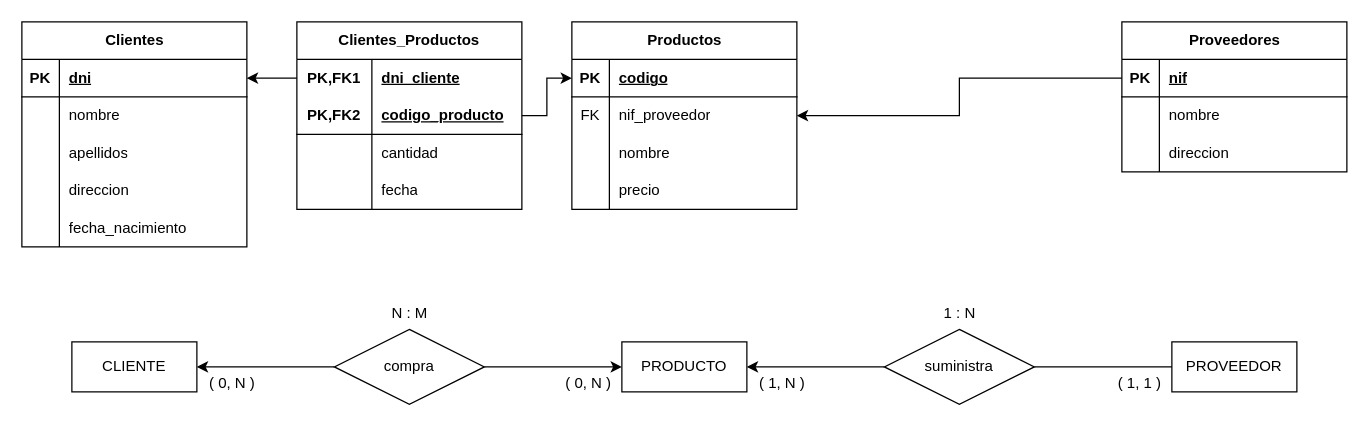
Earlier version of the draw.io diagram CFGS/DAW/BAE/T1_Supermercado/supermercado.drawio (FJrodafo/University). Source tidied: cells renumbered, new cells numbered last; positions are measured from the earlier drawing's top-left corner, leaving out a move shared by most shapes. Both pictures are drawn from the tidied source at 125%, with x=0, y=0 at pixel (21, 21).
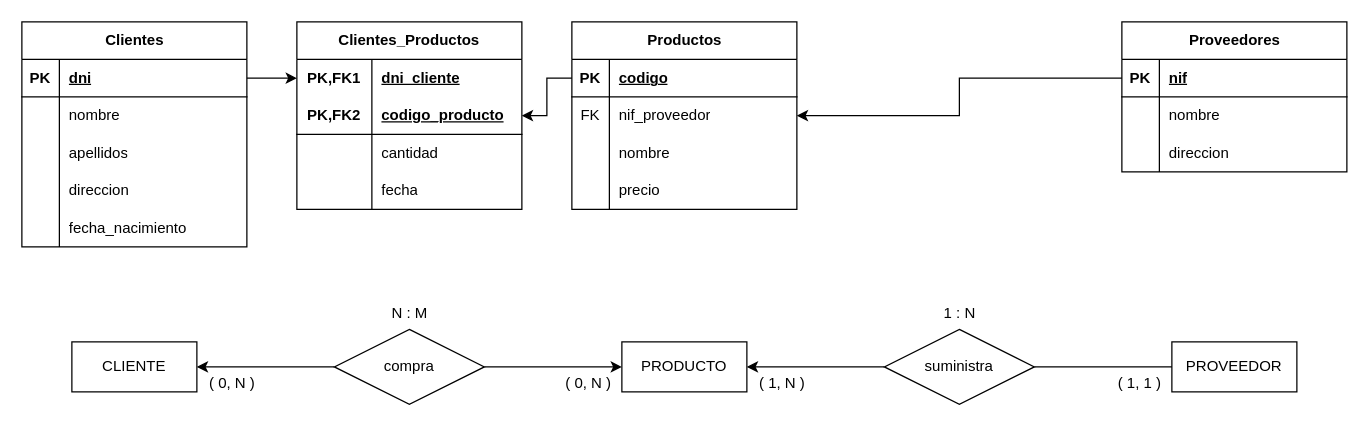
Above is the later version.

The change refers to these unchanged cells:
```xml
<mxCell id="2" value="Clientes" style="shape=table;startSize=30;childLayout=tableLayout;rowLines=0;fontStyle=1;align=center;html=1;" parent="1" vertex="1">
  <mxGeometry width="180" height="180" as="geometry" />
</mxCell>
<mxCell id="3" style="shape=tableRow;horizontal=0;startSize=0;swimlaneHead=0;swimlaneBody=0;fillColor=none;points=[[0,0.5],[1,0.5]];portConstraint=eastwest;top=0;left=0;right=0;bottom=1;" parent="2" vertex="1">
  <mxGeometry y="30" width="180" height="30" as="geometry" />
</mxCell>
<mxCell id="19" style="shape=tableRow;horizontal=0;startSize=0;swimlaneHead=0;swimlaneBody=0;fillColor=none;points=[[0,0.5],[1,0.5]];portConstraint=eastwest;top=0;left=0;right=0;bottom=1;" parent="18" vertex="1">
  <mxGeometry y="30" width="180" height="30" as="geometry" />
</mxCell>
<mxCell id="41" style="shape=tableRow;horizontal=0;startSize=0;swimlaneHead=0;swimlaneBody=0;fillColor=none;points=[[0,0.5],[1,0.5]];portConstraint=eastwest;top=0;left=0;right=0;bottom=0;html=1;" parent="40" vertex="1">
  <mxGeometry y="30" width="180" height="30" as="geometry" />
</mxCell>
<mxCell id="44" style="shape=tableRow;horizontal=0;startSize=0;swimlaneHead=0;swimlaneBody=0;fillColor=none;points=[[0,0.5],[1,0.5]];portConstraint=eastwest;top=0;left=0;right=0;bottom=1;html=1;" parent="40" vertex="1">
  <mxGeometry y="60" width="180" height="30" as="geometry" />
</mxCell>
```

Change to the diagram source:
```diff
@@
-    <mxCell id="69" style="endArrow=classic;html=1;rounded=0;entryX=1;entryY=0.25;entryDx=0;entryDy=0;exitX=0;exitY=0.5;exitDx=0;exitDy=0;" parent="1" edge="1" source="41" target="2">
-      <mxGeometry relative="1" as="geometry" />
-    </mxCell>
-    <mxCell id="70" style="endArrow=classic;html=1;rounded=0;exitX=1;exitY=0.5;exitDx=0;exitDy=0;entryX=0;entryY=0.5;entryDx=0;entryDy=0;" parent="1" edge="1" source="44" target="19">
-      <mxGeometry relative="1" as="geometry">
-        <Array as="points">
-          <mxPoint x="420" y="75" />
-          <mxPoint x="420" y="45" />
-        </Array>
-      </mxGeometry>
-    </mxCell>
@@
+    <mxCell id="72" style="endArrow=classic;html=1;rounded=0;exitX=1;exitY=0.5;exitDx=0;exitDy=0;entryX=0;entryY=0.5;entryDx=0;entryDy=0;" parent="1" edge="1" source="3" target="41">
+      <mxGeometry relative="1" as="geometry" />
+    </mxCell>
+    <mxCell id="73" style="endArrow=classic;html=1;rounded=0;exitX=0;exitY=0.5;exitDx=0;exitDy=0;entryX=1;entryY=0.5;entryDx=0;entryDy=0;" parent="1" edge="1" source="19" target="44">
+      <mxGeometry relative="1" as="geometry">
+        <Array as="points">
+          <mxPoint x="420" y="45" />
+          <mxPoint x="420" y="75" />
+        </Array>
+      </mxGeometry>
+    </mxCell>
```
